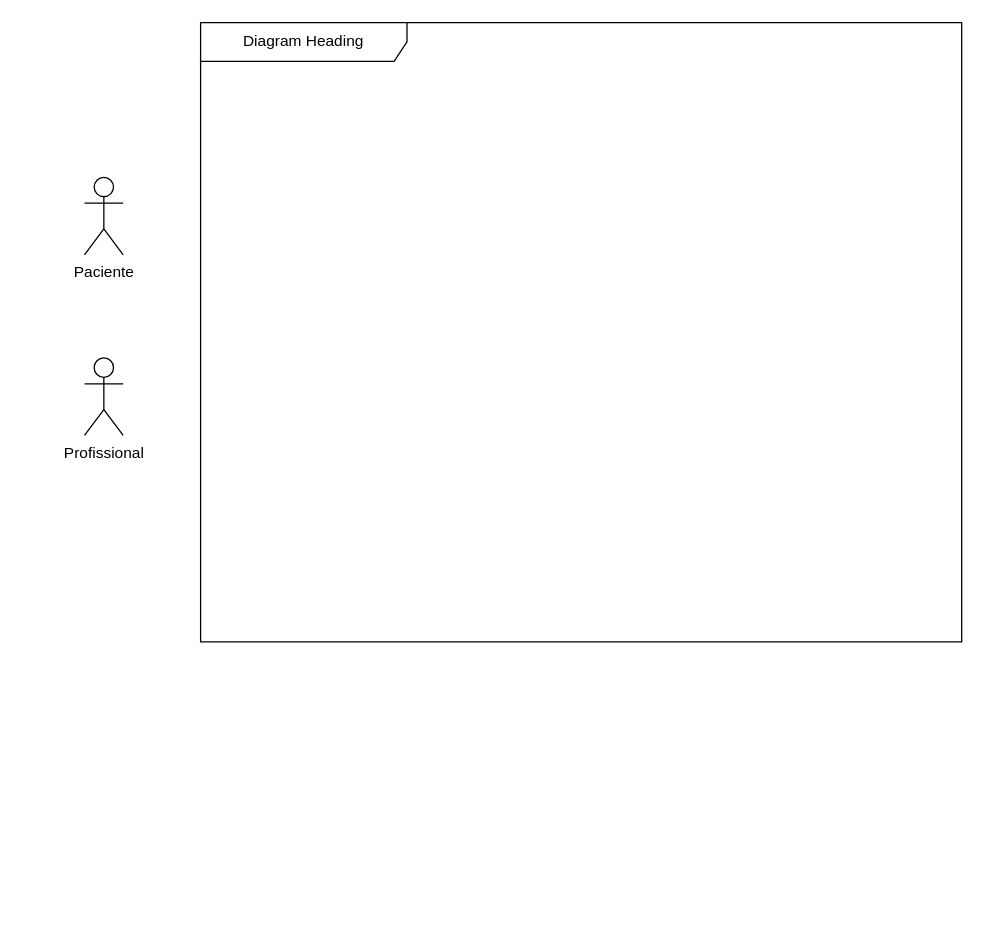
Earlier version of the draw.io diagram Casos de uso.drawio (PCunh/CloseCare-TOP.AVAN.ENG.SOFT). Source tidied: cells renumbered, new cells numbered last; positions are measured from the earlier drawing's top-left corner, leaving out a move shared by most shapes. Both pictures are drawn from the tidied source at 129%, with x=0, y=0 at pixel (84, 22).
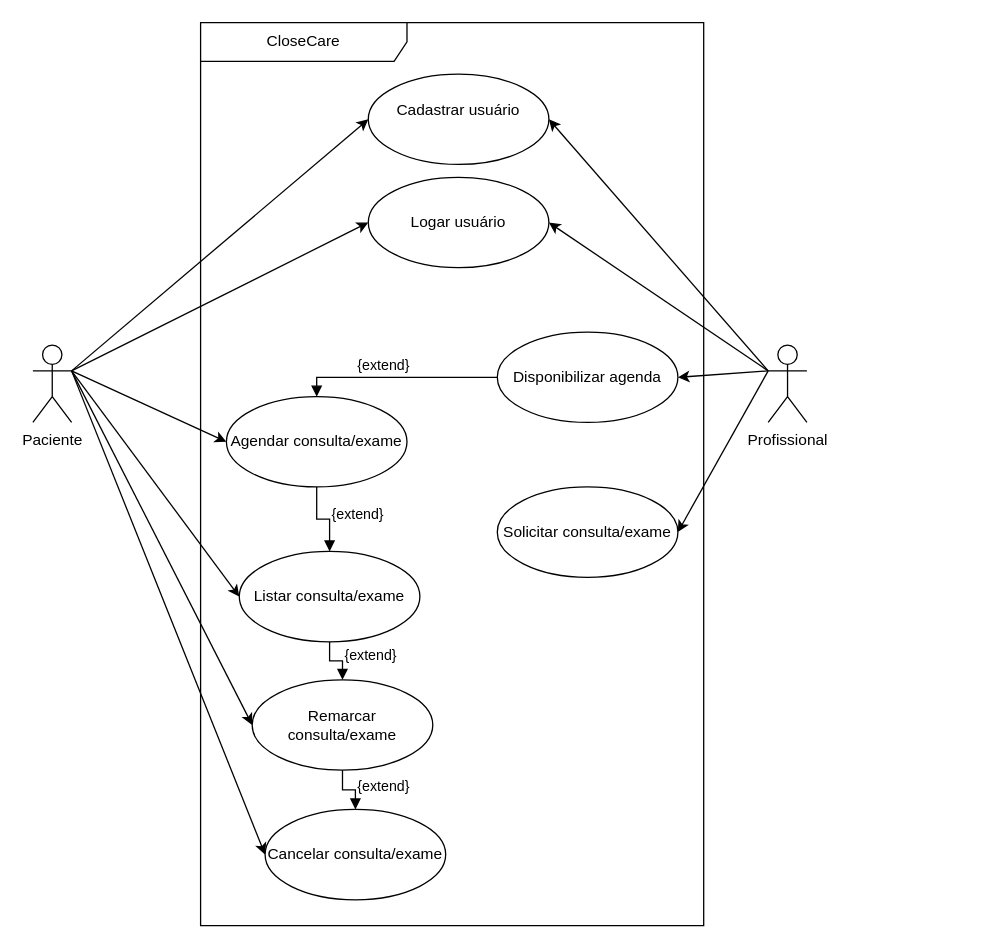
The same page after the edit.

Diff of the diagram source:
```diff
@@
+    <mxCell id="5" style="rounded=0;jettySize=auto;html=1;exitX=1;exitY=0.3333333333333333;exitDx=0;exitDy=0;exitPerimeter=0;entryX=0;entryY=0.5;entryDx=0;entryDy=0;" parent="1" edge="1" source="2" target="15">
+      <mxGeometry relative="1" as="geometry" />
+    </mxCell>
+    <mxCell id="6" style="rounded=0;jettySize=auto;html=1;exitX=1;exitY=0.3333333333333333;exitDx=0;exitDy=0;exitPerimeter=0;entryX=0;entryY=0.5;entryDx=0;entryDy=0;" parent="1" edge="1" source="2" target="16">
+      <mxGeometry relative="1" as="geometry" />
+    </mxCell>
+    <mxCell id="7" style="rounded=0;jettySize=auto;html=1;exitX=1;exitY=0.3333333333333333;exitDx=0;exitDy=0;exitPerimeter=0;entryX=0;entryY=0.5;entryDx=0;entryDy=0;" parent="1" edge="1" source="2" target="17">
+      <mxGeometry relative="1" as="geometry" />
+    </mxCell>
+    <mxCell id="8" style="rounded=0;jettySize=auto;html=1;exitX=1;exitY=0.3333333333333333;exitDx=0;exitDy=0;exitPerimeter=0;entryX=0;entryY=0.5;entryDx=0;entryDy=0;" parent="1" edge="1" source="2" target="18">
+      <mxGeometry relative="1" as="geometry" />
+    </mxCell>
+    <mxCell id="9" style="rounded=0;jettySize=auto;html=1;exitX=1;exitY=0.3333333333333333;exitDx=0;exitDy=0;exitPerimeter=0;entryX=0;entryY=0.5;entryDx=0;entryDy=0;" parent="1" edge="1" source="2" target="19">
+      <mxGeometry relative="1" as="geometry" />
+    </mxCell>
+    <mxCell id="10" style="rounded=0;jettySize=auto;html=1;exitX=1;exitY=0.3333333333333333;exitDx=0;exitDy=0;exitPerimeter=0;entryX=0;entryY=0.5;entryDx=0;entryDy=0;" parent="1" edge="1" source="2" target="22">
+      <mxGeometry relative="1" as="geometry" />
+    </mxCell>
     <mxCell id="2" value="Paciente&lt;div&gt;&lt;br&gt;&lt;/div&gt;" style="shape=umlActor;verticalLabelPosition=bottom;verticalAlign=top;html=1;outlineConnect=0;" parent="1" vertex="1">
-      <mxGeometry y="120" width="30" height="60" as="geometry" />
+      <mxGeometry x="-40" y="250" width="30" height="60" as="geometry" />
     </mxCell>
+    <mxCell id="11" style="rounded=0;jettySize=auto;html=1;exitX=0;exitY=0.3333333333333333;exitDx=0;exitDy=0;exitPerimeter=0;entryX=1;entryY=0.5;entryDx=0;entryDy=0;" parent="1" edge="1" source="3" target="20">
+      <mxGeometry relative="1" as="geometry" />
+    </mxCell>
+    <mxCell id="12" style="rounded=0;jettySize=auto;html=1;exitX=0;exitY=0.3333333333333333;exitDx=0;exitDy=0;exitPerimeter=0;entryX=1;entryY=0.5;entryDx=0;entryDy=0;" parent="1" edge="1" source="3" target="21">
+      <mxGeometry relative="1" as="geometry" />
+    </mxCell>
+    <mxCell id="13" style="rounded=0;jettySize=auto;html=1;exitX=0;exitY=0.3333333333333333;exitDx=0;exitDy=0;exitPerimeter=0;entryX=1;entryY=0.5;entryDx=0;entryDy=0;" parent="1" edge="1" source="3" target="15">
+      <mxGeometry relative="1" as="geometry" />
+    </mxCell>
+    <mxCell id="14" style="rounded=0;jettySize=auto;html=1;exitX=0;exitY=0.3333333333333333;exitDx=0;exitDy=0;exitPerimeter=0;entryX=1;entryY=0.5;entryDx=0;entryDy=0;" parent="1" edge="1" source="3" target="16">
+      <mxGeometry relative="1" as="geometry" />
+    </mxCell>
     <mxCell id="3" value="Profissional&lt;div&gt;&lt;br&gt;&lt;/div&gt;" style="shape=umlActor;verticalLabelPosition=bottom;verticalAlign=top;html=1;outlineConnect=0;" parent="1" vertex="1">
-      <mxGeometry y="260" width="30" height="60" as="geometry" />
+      <mxGeometry x="530" y="250" width="30" height="60" as="geometry" />
     </mxCell>
-    <mxCell id="4" value="Diagram Heading" style="shape=umlFrame;whiteSpace=wrap;html=1;width=160;" parent="1" vertex="1">
-      <mxGeometry x="90" width="590" height="480" as="geometry" />
+    <mxCell id="4" value="CloseCare" style="shape=umlFrame;whiteSpace=wrap;html=1;width=160;" parent="1" vertex="1">
+      <mxGeometry x="90" width="390" height="700" as="geometry" />
     </mxCell>
+    <mxCell id="15" value="Cadastrar usuário&lt;div&gt;&lt;br&gt;&lt;/div&gt;" style="ellipse;whiteSpace=wrap;html=1;" parent="4" vertex="1">
+      <mxGeometry x="130" y="40" width="140" height="70" as="geometry" />
+    </mxCell>
+    <mxCell id="16" value="Logar usuário" style="ellipse;whiteSpace=wrap;html=1;" parent="4" vertex="1">
+      <mxGeometry x="130" y="120" width="140" height="70" as="geometry" />
+    </mxCell>
+    <mxCell id="17" value="Agendar consulta/exame" style="ellipse;whiteSpace=wrap;html=1;" parent="4" vertex="1">
+      <mxGeometry x="20" y="290" width="140" height="70" as="geometry" />
+    </mxCell>
+    <mxCell id="18" value="Listar consulta/exame" style="ellipse;whiteSpace=wrap;html=1;" parent="4" vertex="1">
+      <mxGeometry x="30" y="410" width="140" height="70" as="geometry" />
+    </mxCell>
+    <mxCell id="19" value="Remarcar consulta/exame" style="ellipse;whiteSpace=wrap;html=1;" parent="4" vertex="1">
+      <mxGeometry x="40" y="509.5" width="140" height="70" as="geometry" />
+    </mxCell>
+    <mxCell id="20" value="Solicitar consulta/exame" style="ellipse;whiteSpace=wrap;html=1;" parent="4" vertex="1">
+      <mxGeometry x="230" y="360" width="140" height="70" as="geometry" />
+    </mxCell>
+    <mxCell id="21" value="Disponibilizar agenda" style="ellipse;whiteSpace=wrap;html=1;" parent="4" vertex="1">
+      <mxGeometry x="230" y="240" width="140" height="70" as="geometry" />
+    </mxCell>
+    <mxCell id="22" value="Cancelar consulta/exame" style="ellipse;whiteSpace=wrap;html=1;" parent="4" vertex="1">
+      <mxGeometry x="50" y="610" width="140" height="70" as="geometry" />
+    </mxCell>
+    <mxCell id="23" value="{extend}" style="html=1;verticalAlign=bottom;labelBackgroundColor=none;endArrow=block;endFill=1;endSize=6;align=left;rounded=0;exitX=0.5;exitY=1;exitDx=0;exitDy=0;entryX=0.5;entryY=0;entryDx=0;entryDy=0;edgeStyle=orthogonalEdgeStyle;" parent="4" edge="1" source="17" target="18">
+      <mxGeometry x="0.33" relative="1" as="geometry" />
+    </mxCell>
+    <mxCell id="24" value="{extend}" style="html=1;verticalAlign=bottom;labelBackgroundColor=none;endArrow=block;endFill=1;endSize=6;align=left;rounded=0;exitX=0.5;exitY=1;exitDx=0;exitDy=0;entryX=0.5;entryY=0;entryDx=0;entryDy=0;edgeStyle=orthogonalEdgeStyle;" parent="4" edge="1" source="18" target="19">
+      <mxGeometry x="0.52" relative="1" as="geometry" />
+    </mxCell>
+    <mxCell id="25" value="{extend}" style="html=1;verticalAlign=bottom;labelBackgroundColor=none;endArrow=block;endFill=1;endSize=6;align=left;rounded=0;exitX=0.5;exitY=1;exitDx=0;exitDy=0;entryX=0.5;entryY=0;entryDx=0;entryDy=0;edgeStyle=orthogonalEdgeStyle;" parent="4" edge="1" source="19" target="22">
+      <mxGeometry x="0.51" relative="1" as="geometry" />
+    </mxCell>
+    <mxCell id="26" value="{extend}" style="html=1;verticalAlign=bottom;labelBackgroundColor=none;endArrow=block;endFill=1;endSize=6;align=left;rounded=0;exitX=0;exitY=0.5;exitDx=0;exitDy=0;entryX=0.5;entryY=0;entryDx=0;entryDy=0;edgeStyle=orthogonalEdgeStyle;" parent="4" edge="1" source="21" target="17">
+      <mxGeometry x="0.42" relative="1" as="geometry" />
+    </mxCell>
```
